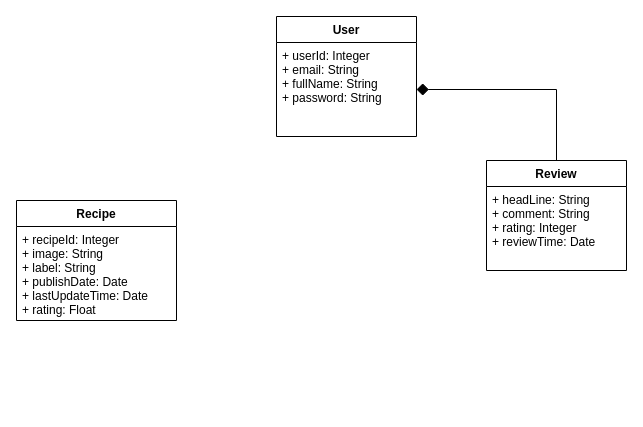
This is comp4920project.drawio from XiaoyangYan/NewMeal, a draw.io file, before an edit. Source tidied: cells renumbered, new cells numbered last; positions are measured from the earlier drawing's top-left corner, leaving out a move shared by most shapes. Both pictures are drawn from the tidied source at 100%, with x=0, y=0 at pixel (16, 16).
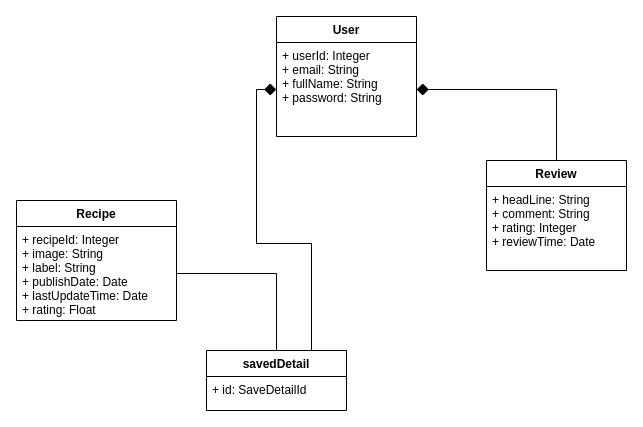
Above is the later version.

The edit, as a diff of the source:
```diff
@@
 <mxGraphModel>
   <root>
     <mxCell id="0" />
     <mxCell id="1" parent="0" />
     <mxCell id="2" value="Recipe" style="swimlane;fontStyle=1;align=center;verticalAlign=top;horizontal=1;startSize=26;" parent="1" vertex="1">
       <mxGeometry y="184" width="160" height="120" as="geometry" />
     </mxCell>
     <mxCell id="3" value="+ recipeId: Integer&#10;+ image: String&#10;+ label: String&#10;+ publishDate: Date&#10;+ lastUpdateTime: Date&#10;+ rating: Float" style="text;strokeColor=none;fillColor=none;align=left;verticalAlign=top;spacingLeft=4;spacingRight=4;overflow=hidden;points=[[0,0.5],[1,0.5]];portConstraint=eastwest;" parent="2" vertex="1">
       <mxGeometry y="26" width="160" height="94" as="geometry" />
     </mxCell>
     <mxCell id="4" value="User" style="swimlane;fontStyle=1;horizontal=1;startSize=26;fillColor=none;" parent="1" vertex="1">
       <mxGeometry x="260" width="140" height="120" as="geometry" />
     </mxCell>
     <mxCell id="5" value="+ userId: Integer&#10;+ email: String&#10;+ fullName: String&#10;+ password: String" style="text;strokeColor=none;fillColor=none;align=left;verticalAlign=top;spacingLeft=4;spacingRight=4;overflow=hidden;points=[[0,0.5],[1,0.5]];portConstraint=eastwest;" parent="4" vertex="1">
       <mxGeometry y="26" width="140" height="94" as="geometry" />
     </mxCell>
     <mxCell id="6" style="edgeStyle=orthogonalEdgeStyle;rounded=0;jettySize=auto;html=1;exitX=0.5;exitY=0;exitDx=0;exitDy=0;endArrow=diamond;endFill=1;startSize=6;strokeWidth=1;endSize=10;" parent="1" edge="1" source="7" target="5">
       <mxGeometry relative="1" as="geometry" />
     </mxCell>
     <mxCell id="7" value="Review" style="swimlane;fontStyle=1;horizontal=1;startSize=26;fillColor=none;" parent="1" vertex="1">
       <mxGeometry x="470" y="144" width="140" height="110" as="geometry" />
     </mxCell>
     <mxCell id="8" value="+ headLine: String&#10;+ comment: String&#10;+ rating: Integer&#10;+ reviewTime: Date" style="text;strokeColor=none;fillColor=none;align=left;verticalAlign=top;spacingLeft=4;spacingRight=4;overflow=hidden;" parent="7" vertex="1">
       <mxGeometry y="26" width="140" height="84" as="geometry" />
     </mxCell>
+    <mxCell id="9" style="edgeStyle=orthogonalEdgeStyle;rounded=0;jettySize=auto;html=1;endArrow=none;endFill=0;endSize=10;" parent="1" edge="1" source="11" target="3">
+      <mxGeometry relative="1" as="geometry" />
+    </mxCell>
+    <mxCell id="10" style="edgeStyle=orthogonalEdgeStyle;rounded=0;jettySize=auto;html=1;exitX=0.75;exitY=0;exitDx=0;exitDy=0;entryX=0;entryY=0.5;entryDx=0;entryDy=0;endArrow=diamond;endFill=1;endSize=10;" parent="1" edge="1" source="11" target="5">
+      <mxGeometry relative="1" as="geometry" />
+    </mxCell>
+    <mxCell id="11" value="savedDetail" style="swimlane;fontStyle=1;horizontal=1;startSize=26;fillColor=none;" parent="1" vertex="1">
+      <mxGeometry x="190" y="334" width="140" height="60" as="geometry" />
+    </mxCell>
+    <mxCell id="12" value="+ id: SaveDetailId" style="text;strokeColor=none;fillColor=none;align=left;verticalAlign=top;spacingLeft=4;spacingRight=4;overflow=hidden;" parent="11" vertex="1">
+      <mxGeometry y="26" width="140" height="34" as="geometry" />
+    </mxCell>
   </root>
 </mxGraphModel>
```
